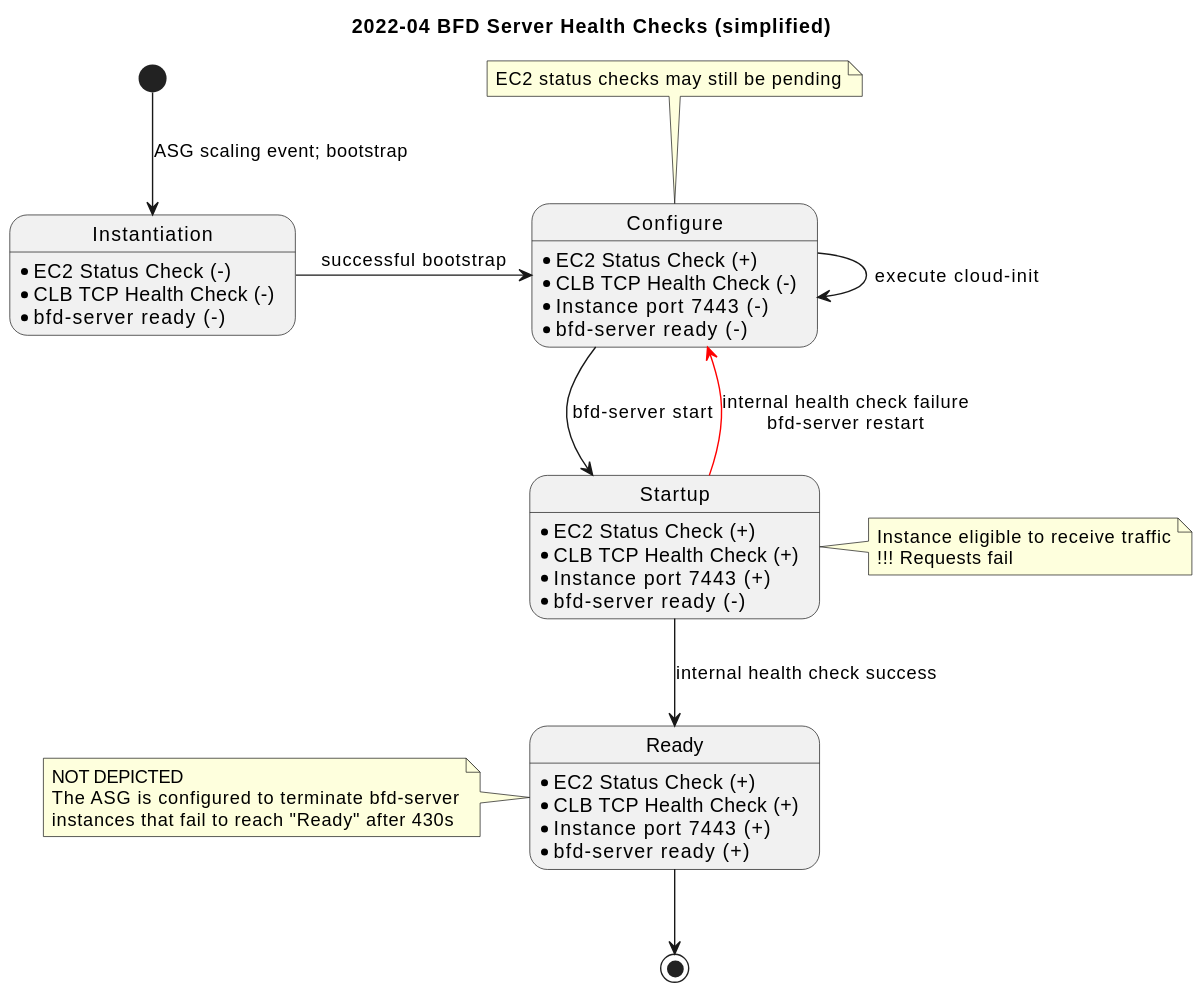
CMSgov/beneficiary-fhir-data keeps this PlantUML diagram as rfcs/resources/0013-2022-04-bfd-server-health-checks.svg. Above is the earlier version. Source of this version:
```plantuml
@startuml
title 2022-04 BFD Server Health Checks (simplified)

state Instantiation
Instantiation : * EC2 Status Check (-)
Instantiation : * CLB TCP Health Check (-)
Instantiation : * bfd-server ready (-)

note top of Configure
       EC2 status checks may still be pending
end note

state Configure
Configure : * EC2 Status Check (+)
Configure : * CLB TCP Health Check (-)
Configure : * Instance port 7443 (-)
Configure : * bfd-server ready (-)


state Startup
Startup : * EC2 Status Check (+)
Startup : * CLB TCP Health Check (+)
Startup : * Instance port 7443 (+)
Startup : * bfd-server ready (-)

note right of Startup
       Instance eligible to receive traffic
       !!! Requests fail
end note

note left of Ready
       NOT DEPICTED
       The ASG is configured to terminate bfd-server
       instances that fail to reach "Ready" after 430s
end note

state Ready
Ready : * EC2 Status Check (+)
Ready : * CLB TCP Health Check (+)
Ready : * Instance port 7443 (+)
Ready : * bfd-server ready (+)

[*] -down-> Instantiation : ASG scaling event; bootstrap
Instantiation -> Configure : successful bootstrap
Configure -> Configure : execute cloud-init
Configure -down-> Startup : bfd-server start
Startup -up[#red]-> Configure : internal health check failure\nbfd-server restart
Startup -down-> Ready : internal health check success
Ready -down-> [*]
@enduml
```
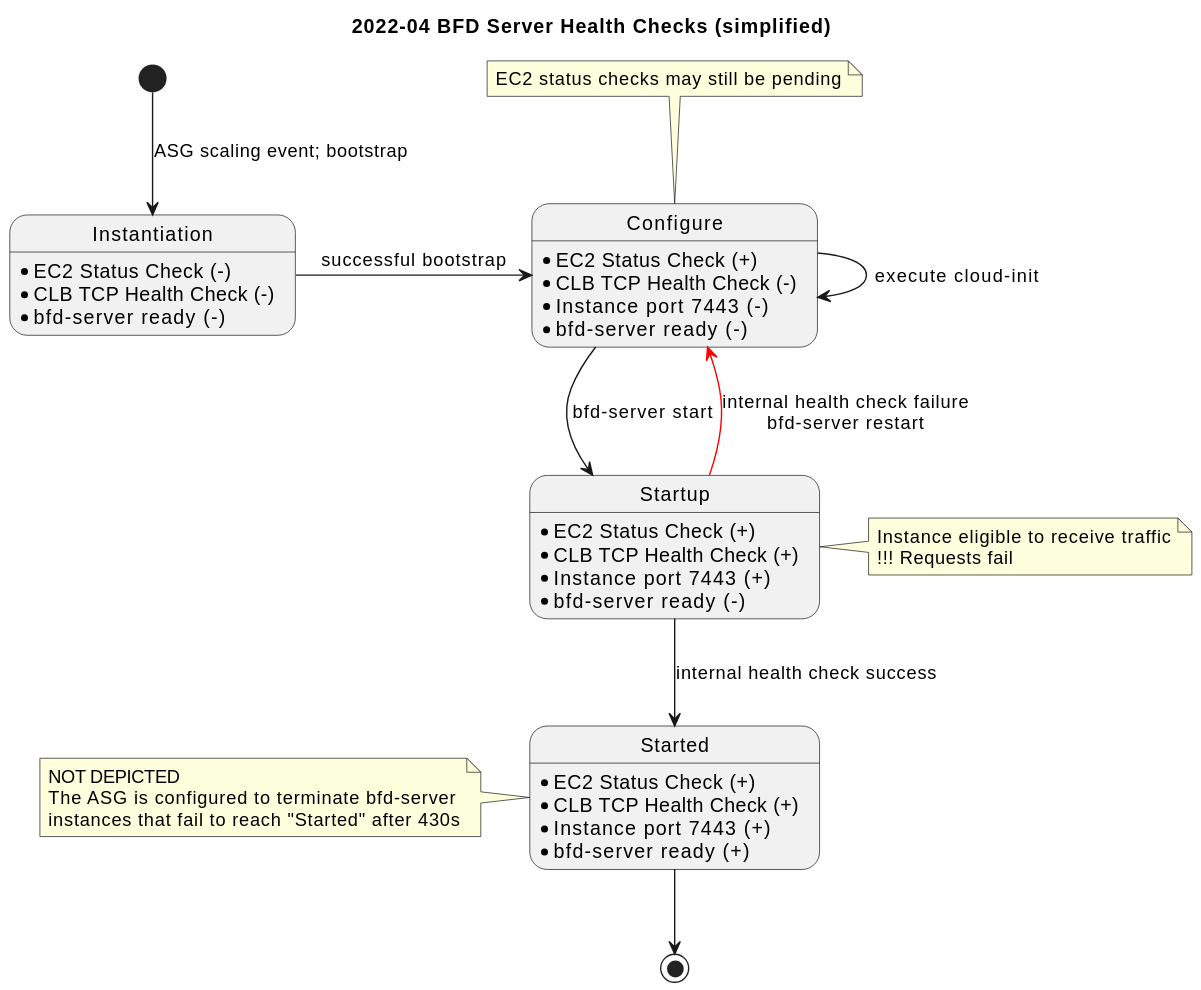
After the change.

What changed in the source:
```diff
@@ -28,23 +28,23 @@
        !!! Requests fail
 end note
 
-note left of Ready
+note left of Started
        NOT DEPICTED
        The ASG is configured to terminate bfd-server
-       instances that fail to reach "Ready" after 430s
+       instances that fail to reach "Started" after 430s
 end note
 
-state Ready
-Ready : * EC2 Status Check (+)
-Ready : * CLB TCP Health Check (+)
-Ready : * Instance port 7443 (+)
-Ready : * bfd-server ready (+)
+state Started
+Started : * EC2 Status Check (+)
+Started : * CLB TCP Health Check (+)
+Started : * Instance port 7443 (+)
+Started : * bfd-server ready (+)
 
 [*] -down-> Instantiation : ASG scaling event; bootstrap
 Instantiation -> Configure : successful bootstrap
 Configure -> Configure : execute cloud-init
 Configure -down-> Startup : bfd-server start
 Startup -up[#red]-> Configure : internal health check failure\nbfd-server restart
-Startup -down-> Ready : internal health check success
-Ready -down-> [*]
+Startup -down-> Started : internal health check success
+Started -down-> [*]
 @enduml
```
